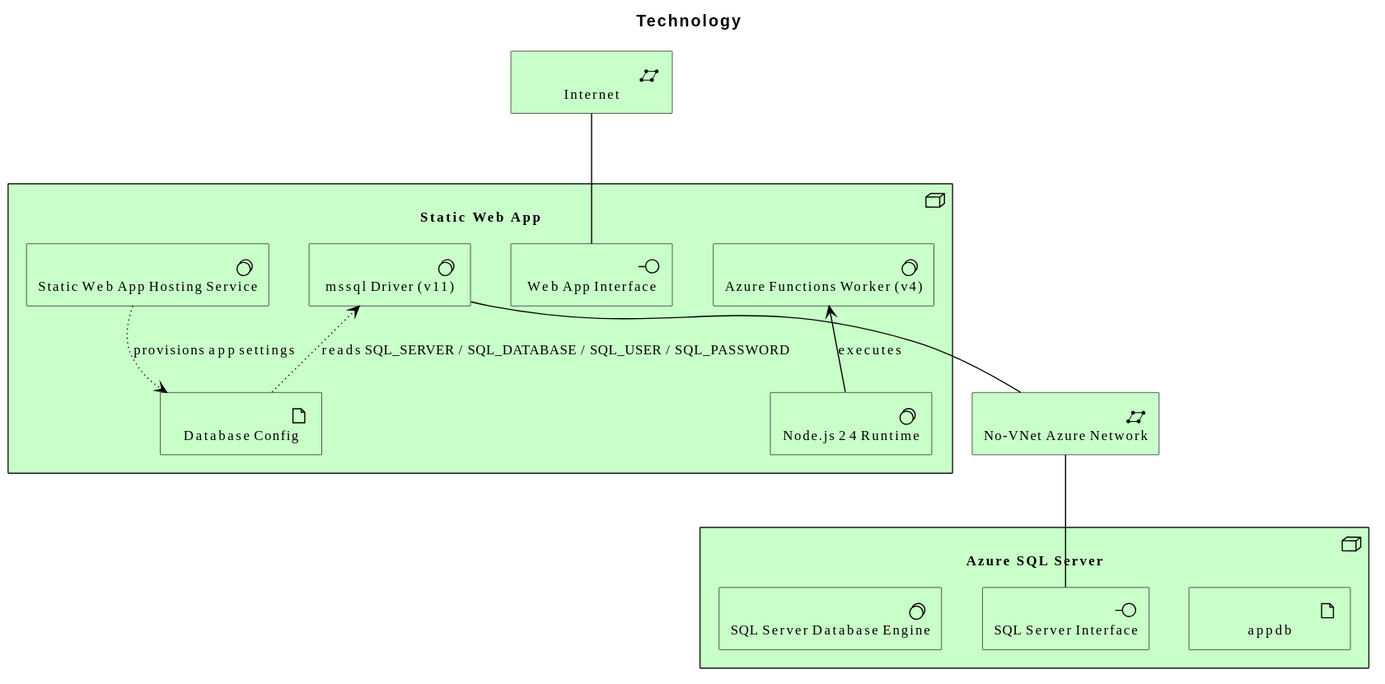
This is diagrams/technology/overview.svg from wolffy-au/frictionless-sample-azure, a PlantUML export, as it was before one commit. Its diagram source:
```plantuml
@startuml
!include <archimate/Archimate>

title Technology

Technology_Node(e_id3db5d26be8ff56, "Static Web App") {
  Technology_Artifact(e_id1ee4629338065d, "Database Config")
  Technology_Interface(e_id33cc192ee35e5b, "Web App Interface")
  Technology_SystemSoftware(e_id3b81282895f35e, "Static Web App Hosting Service")
  Technology_SystemSoftware(e_id0d25a940b29254, "Node.js 24 Runtime")
  Technology_SystemSoftware(e_id5855479862f653, "Azure Functions Worker (v4)")
  Technology_SystemSoftware(e_id4c5fc1cbb2f459, "mssql Driver (v11)")
}
Technology_Node(e_idd447595fb73a5f, "Azure SQL Server") {
  Technology_Artifact(e_idf0ecd6fb3b8b5b, "appdb")
  Technology_Interface(e_id76a7034dd9ab53, "SQL Server Interface")
  Technology_SystemSoftware(e_id30920e0c9a155d, "SQL Server Database Engine")
}
Technology_CommunicationNetwork(e_id5deb57760c7b5f, "No-VNet Azure Network")
Technology_CommunicationNetwork(e_id454e7b903b8357, "Internet")

Rel_Association(e_id454e7b903b8357, e_id33cc192ee35e5b, "")
Rel_Association(e_id5deb57760c7b5f, e_id76a7034dd9ab53, "")
Rel_Access_w(e_id3b81282895f35e, e_id1ee4629338065d, "provisions app settings")
Rel_Serving_Up(e_id0d25a940b29254, e_id5855479862f653, "executes")
Rel_Association(e_id4c5fc1cbb2f459, e_id5deb57760c7b5f, "")
Rel_Access_r(e_id4c5fc1cbb2f459, e_id1ee4629338065d, "reads SQL_SERVER / SQL_DATABASE / SQL_USER / SQL_PASSWORD")
@enduml
```
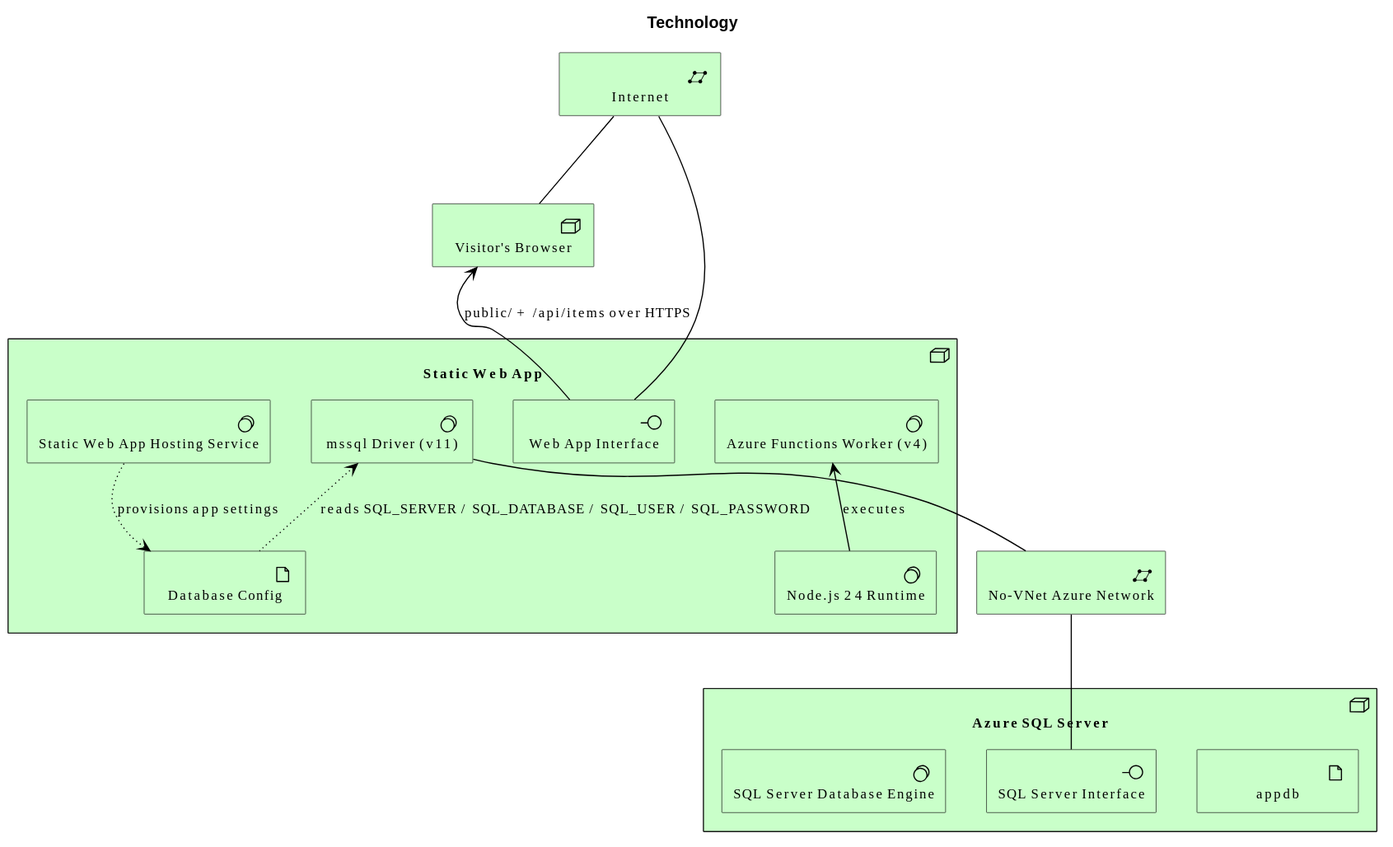
Above is the later version.

Commit message:
feat(architecture): add Visitor's Browser node to sample-azure

Diff of the diagram source:
```diff
@@ -16,11 +16,14 @@
   Technology_Interface(e_id76a7034dd9ab53, "SQL Server Interface")
   Technology_SystemSoftware(e_id30920e0c9a155d, "SQL Server Database Engine")
 }
+Technology_Node(e_id9f19149e10f45e, "Visitor's Browser")
 Technology_CommunicationNetwork(e_id5deb57760c7b5f, "No-VNet Azure Network")
 Technology_CommunicationNetwork(e_id454e7b903b8357, "Internet")
 
 Rel_Association(e_id454e7b903b8357, e_id33cc192ee35e5b, "")
 Rel_Association(e_id5deb57760c7b5f, e_id76a7034dd9ab53, "")
+Rel_Association(e_id454e7b903b8357, e_id9f19149e10f45e, "")
+Rel_Serving_Up(e_id33cc192ee35e5b, e_id9f19149e10f45e, "public/ + /api/items over HTTPS")
 Rel_Access_w(e_id3b81282895f35e, e_id1ee4629338065d, "provisions app settings")
 Rel_Serving_Up(e_id0d25a940b29254, e_id5855479862f653, "executes")
 Rel_Association(e_id4c5fc1cbb2f459, e_id5deb57760c7b5f, "")
```
